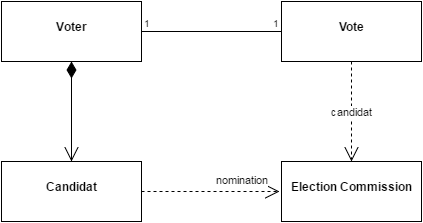
Above: classes.png in Murashko-Denis/System-of-vote (draw.io), before the change. Source tidied: cells renumbered, new cells last; positions are measured from the earlier drawing's top-left corner, leaving out a move shared by most shapes. The source it was exported from:
```xml
<mxGraphModel background="#ffffff">
  <root>
    <mxCell id="0" />
    <mxCell id="1" parent="0" />
    <mxCell id="2" value="&lt;p style=&quot;margin: 0px ; margin-top: 4px ; text-align: center&quot;&gt;&lt;br&gt;&lt;b&gt;Voter&lt;/b&gt;&lt;/p&gt;" style="verticalAlign=top;align=left;overflow=fill;fontSize=12;fontFamily=Helvetica;html=1;" parent="1" vertex="1">
      <mxGeometry width="140" height="60" as="geometry" />
    </mxCell>
    <mxCell id="3" value="&lt;p style=&quot;margin: 0px ; margin-top: 4px ; text-align: center&quot;&gt;&lt;br&gt;&lt;b&gt;Candidat&lt;/b&gt;&lt;/p&gt;" style="verticalAlign=top;align=left;overflow=fill;fontSize=12;fontFamily=Helvetica;html=1;" parent="1" vertex="1">
      <mxGeometry y="160" width="140" height="60" as="geometry" />
    </mxCell>
    <mxCell id="4" value="&lt;p style=&quot;margin: 0px ; margin-top: 4px ; text-align: center&quot;&gt;&lt;b&gt;&lt;br&gt;&lt;span&gt;Election Commission&lt;/span&gt;&lt;/b&gt;&lt;br&gt;&lt;/p&gt;" style="verticalAlign=top;align=left;overflow=fill;fontSize=12;fontFamily=Helvetica;html=1;" parent="1" vertex="1">
      <mxGeometry x="280" y="160" width="140" height="60" as="geometry" />
    </mxCell>
    <mxCell id="5" value="nomination" style="endArrow=open;endSize=12;dashed=1;html=1;exitX=1;exitY=0.5;rotation=200;" parent="1" edge="1" source="3">
      <mxGeometry x="0.46" y="12" relative="1" as="geometry">
        <mxPoint x="278" y="190" as="targetPoint" />
      </mxGeometry>
    </mxCell>
    <mxCell id="6" style="endArrow=open;html=1;endSize=12;startArrow=diamondThin;startSize=14;startFill=1;align=left;verticalAlign=bottom;entryX=0.5;entryY=0;exitX=0.5;exitY=1;" parent="1" edge="1" source="2" target="3">
      <mxGeometry x="-1" y="3" relative="1" as="geometry">
        <Array as="points">
          <mxPoint x="70" y="160" />
        </Array>
      </mxGeometry>
    </mxCell>
    <mxCell id="7" value="&lt;p style=&quot;margin: 0px ; margin-top: 4px ; text-align: center&quot;&gt;&lt;br&gt;&lt;b&gt;Vote&lt;/b&gt;&lt;/p&gt;" style="verticalAlign=top;align=left;overflow=fill;fontSize=12;fontFamily=Helvetica;html=1;" parent="1" vertex="1">
      <mxGeometry x="280" width="140" height="60" as="geometry" />
    </mxCell>
    <mxCell id="8" style="endArrow=none;html=1;edgeStyle=orthogonalEdgeStyle;" parent="1" edge="1">
      <mxGeometry relative="1" as="geometry">
        <mxPoint x="140" y="30" as="sourcePoint" />
        <mxPoint x="280" y="30" as="targetPoint" />
      </mxGeometry>
    </mxCell>
    <mxCell id="9" value="1" style="html=1;align=left;verticalAlign=bottom;labelBackgroundColor=#ffffff;fontSize=10;" parent="8" vertex="1">
      <mxGeometry x="-1" relative="1" as="geometry" />
    </mxCell>
    <mxCell id="10" value="1" style="html=1;align=right;verticalAlign=bottom;labelBackgroundColor=#ffffff;fontSize=10;" parent="8" vertex="1">
      <mxGeometry x="1" relative="1" as="geometry" />
    </mxCell>
    <mxCell id="11" value="candidat" style="endArrow=open;endSize=12;dashed=1;html=1;exitX=0.5;exitY=1;entryX=0.5;entryY=0;" parent="1" edge="1" source="7" target="4">
      <mxGeometry relative="1" as="geometry" />
    </mxCell>
  </root>
</mxGraphModel>
```
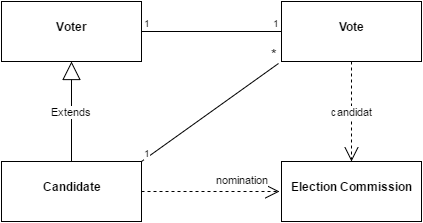
Later version of the same file.

The edit, as a diff of the source:
```diff
@@ -5,7 +5,7 @@
     <mxCell id="2" value="&lt;p style=&quot;margin: 0px ; margin-top: 4px ; text-align: center&quot;&gt;&lt;br&gt;&lt;b&gt;Voter&lt;/b&gt;&lt;/p&gt;" style="verticalAlign=top;align=left;overflow=fill;fontSize=12;fontFamily=Helvetica;html=1;" parent="1" vertex="1">
       <mxGeometry width="140" height="60" as="geometry" />
     </mxCell>
-    <mxCell id="3" value="&lt;p style=&quot;margin: 0px ; margin-top: 4px ; text-align: center&quot;&gt;&lt;br&gt;&lt;b&gt;Candidat&lt;/b&gt;&lt;/p&gt;" style="verticalAlign=top;align=left;overflow=fill;fontSize=12;fontFamily=Helvetica;html=1;" parent="1" vertex="1">
+    <mxCell id="3" value="&lt;p style=&quot;margin: 0px ; margin-top: 4px ; text-align: center&quot;&gt;&lt;br&gt;&lt;b&gt;Candidatе&lt;/b&gt;&lt;/p&gt;" style="verticalAlign=top;align=left;overflow=fill;fontSize=12;fontFamily=Helvetica;html=1;" parent="1" vertex="1">
       <mxGeometry y="160" width="140" height="60" as="geometry" />
     </mxCell>
     <mxCell id="4" value="&lt;p style=&quot;margin: 0px ; margin-top: 4px ; text-align: center&quot;&gt;&lt;b&gt;&lt;br&gt;&lt;span&gt;Election Commission&lt;/span&gt;&lt;/b&gt;&lt;br&gt;&lt;/p&gt;" style="verticalAlign=top;align=left;overflow=fill;fontSize=12;fontFamily=Helvetica;html=1;" parent="1" vertex="1">
@@ -16,13 +16,6 @@
         <mxPoint x="278" y="190" as="targetPoint" />
       </mxGeometry>
     </mxCell>
-    <mxCell id="6" style="endArrow=open;html=1;endSize=12;startArrow=diamondThin;startSize=14;startFill=1;align=left;verticalAlign=bottom;entryX=0.5;entryY=0;exitX=0.5;exitY=1;" parent="1" edge="1" source="2" target="3">
-      <mxGeometry x="-1" y="3" relative="1" as="geometry">
-        <Array as="points">
-          <mxPoint x="70" y="160" />
-        </Array>
-      </mxGeometry>
-    </mxCell>
     <mxCell id="7" value="&lt;p style=&quot;margin: 0px ; margin-top: 4px ; text-align: center&quot;&gt;&lt;br&gt;&lt;b&gt;Vote&lt;/b&gt;&lt;/p&gt;" style="verticalAlign=top;align=left;overflow=fill;fontSize=12;fontFamily=Helvetica;html=1;" parent="1" vertex="1">
       <mxGeometry x="280" width="140" height="60" as="geometry" />
     </mxCell>
@@ -41,5 +34,19 @@
     <mxCell id="11" value="candidat" style="endArrow=open;endSize=12;dashed=1;html=1;exitX=0.5;exitY=1;entryX=0.5;entryY=0;" parent="1" edge="1" source="7" target="4">
       <mxGeometry relative="1" as="geometry" />
     </mxCell>
+    <mxCell id="12" value="Extends" style="endArrow=block;endSize=16;endFill=0;html=1;exitX=0.5;exitY=0;" parent="1" edge="1" source="3" target="2">
+      <mxGeometry relative="1" as="geometry" />
+    </mxCell>
+    <mxCell id="13" style="endArrow=none;html=1;entryX=-0.021;entryY=1.033;entryPerimeter=0;" parent="1" edge="1" target="7">
+      <mxGeometry relative="1" as="geometry">
+        <mxPoint x="140" y="160" as="sourcePoint" />
+      </mxGeometry>
+    </mxCell>
+    <mxCell id="14" value="1" style="html=1;align=left;verticalAlign=bottom;labelBackgroundColor=#ffffff;fontSize=10;" parent="13" vertex="1">
+      <mxGeometry x="-1" relative="1" as="geometry" />
+    </mxCell>
+    <mxCell id="15" value="&lt;font style=&quot;font-size: 14px&quot;&gt;*&lt;/font&gt;" style="html=1;align=right;verticalAlign=bottom;labelBackgroundColor=#ffffff;fontSize=10;" parent="13" vertex="1">
+      <mxGeometry x="1" relative="1" as="geometry" />
+    </mxCell>
   </root>
 </mxGraphModel>
```
